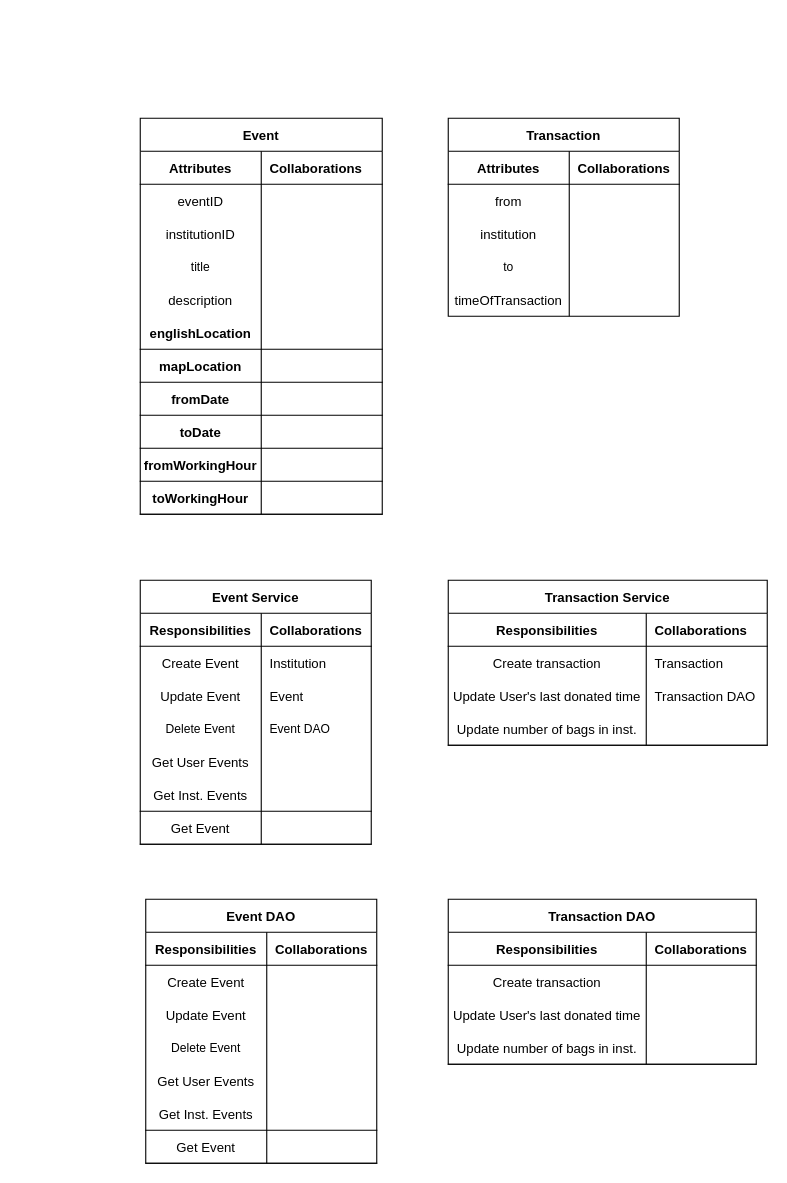
Before: page "CRC" (2 of 4) of InstitutionManagement.drawio in muhmagdy/Bloodify, a draw.io diagram. Source tidied: cells renumbered, new cells numbered last; positions are measured from the earlier drawing's top-left corner, leaving out a move shared by most shapes. Both pictures are drawn from the tidied source at 110%, with x=0, y=0 at pixel (140, 118).
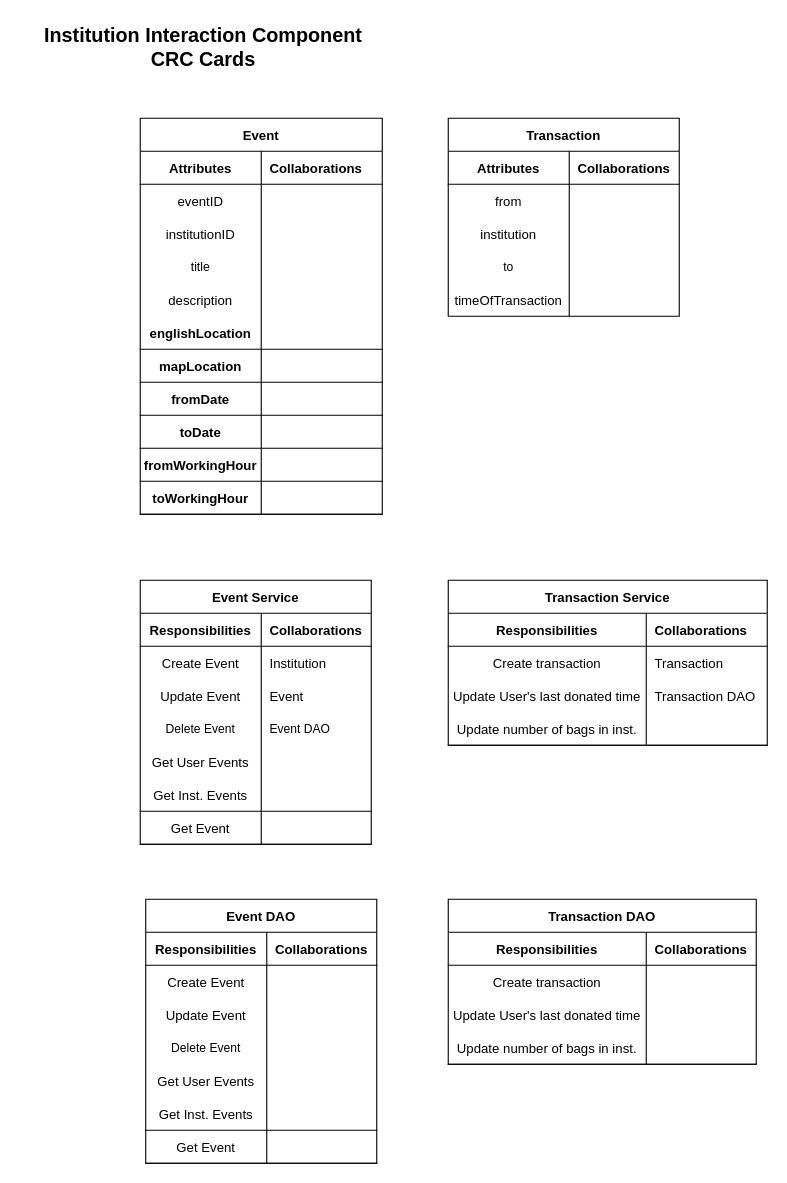
After the change.

Change to the diagram source:
```diff
@@
+    <mxCell id="122" value="Institution Interaction Component &lt;br style=&quot;font-size: 18px;&quot;&gt;CRC Cards" style="text;html=1;strokeColor=none;fillColor=none;align=center;verticalAlign=middle;whiteSpace=wrap;rounded=0;fontStyle=1;fontSize=18;" parent="1" vertex="1">
+      <mxGeometry x="-110" y="-90" width="335" height="52" as="geometry" />
+    </mxCell>
```
